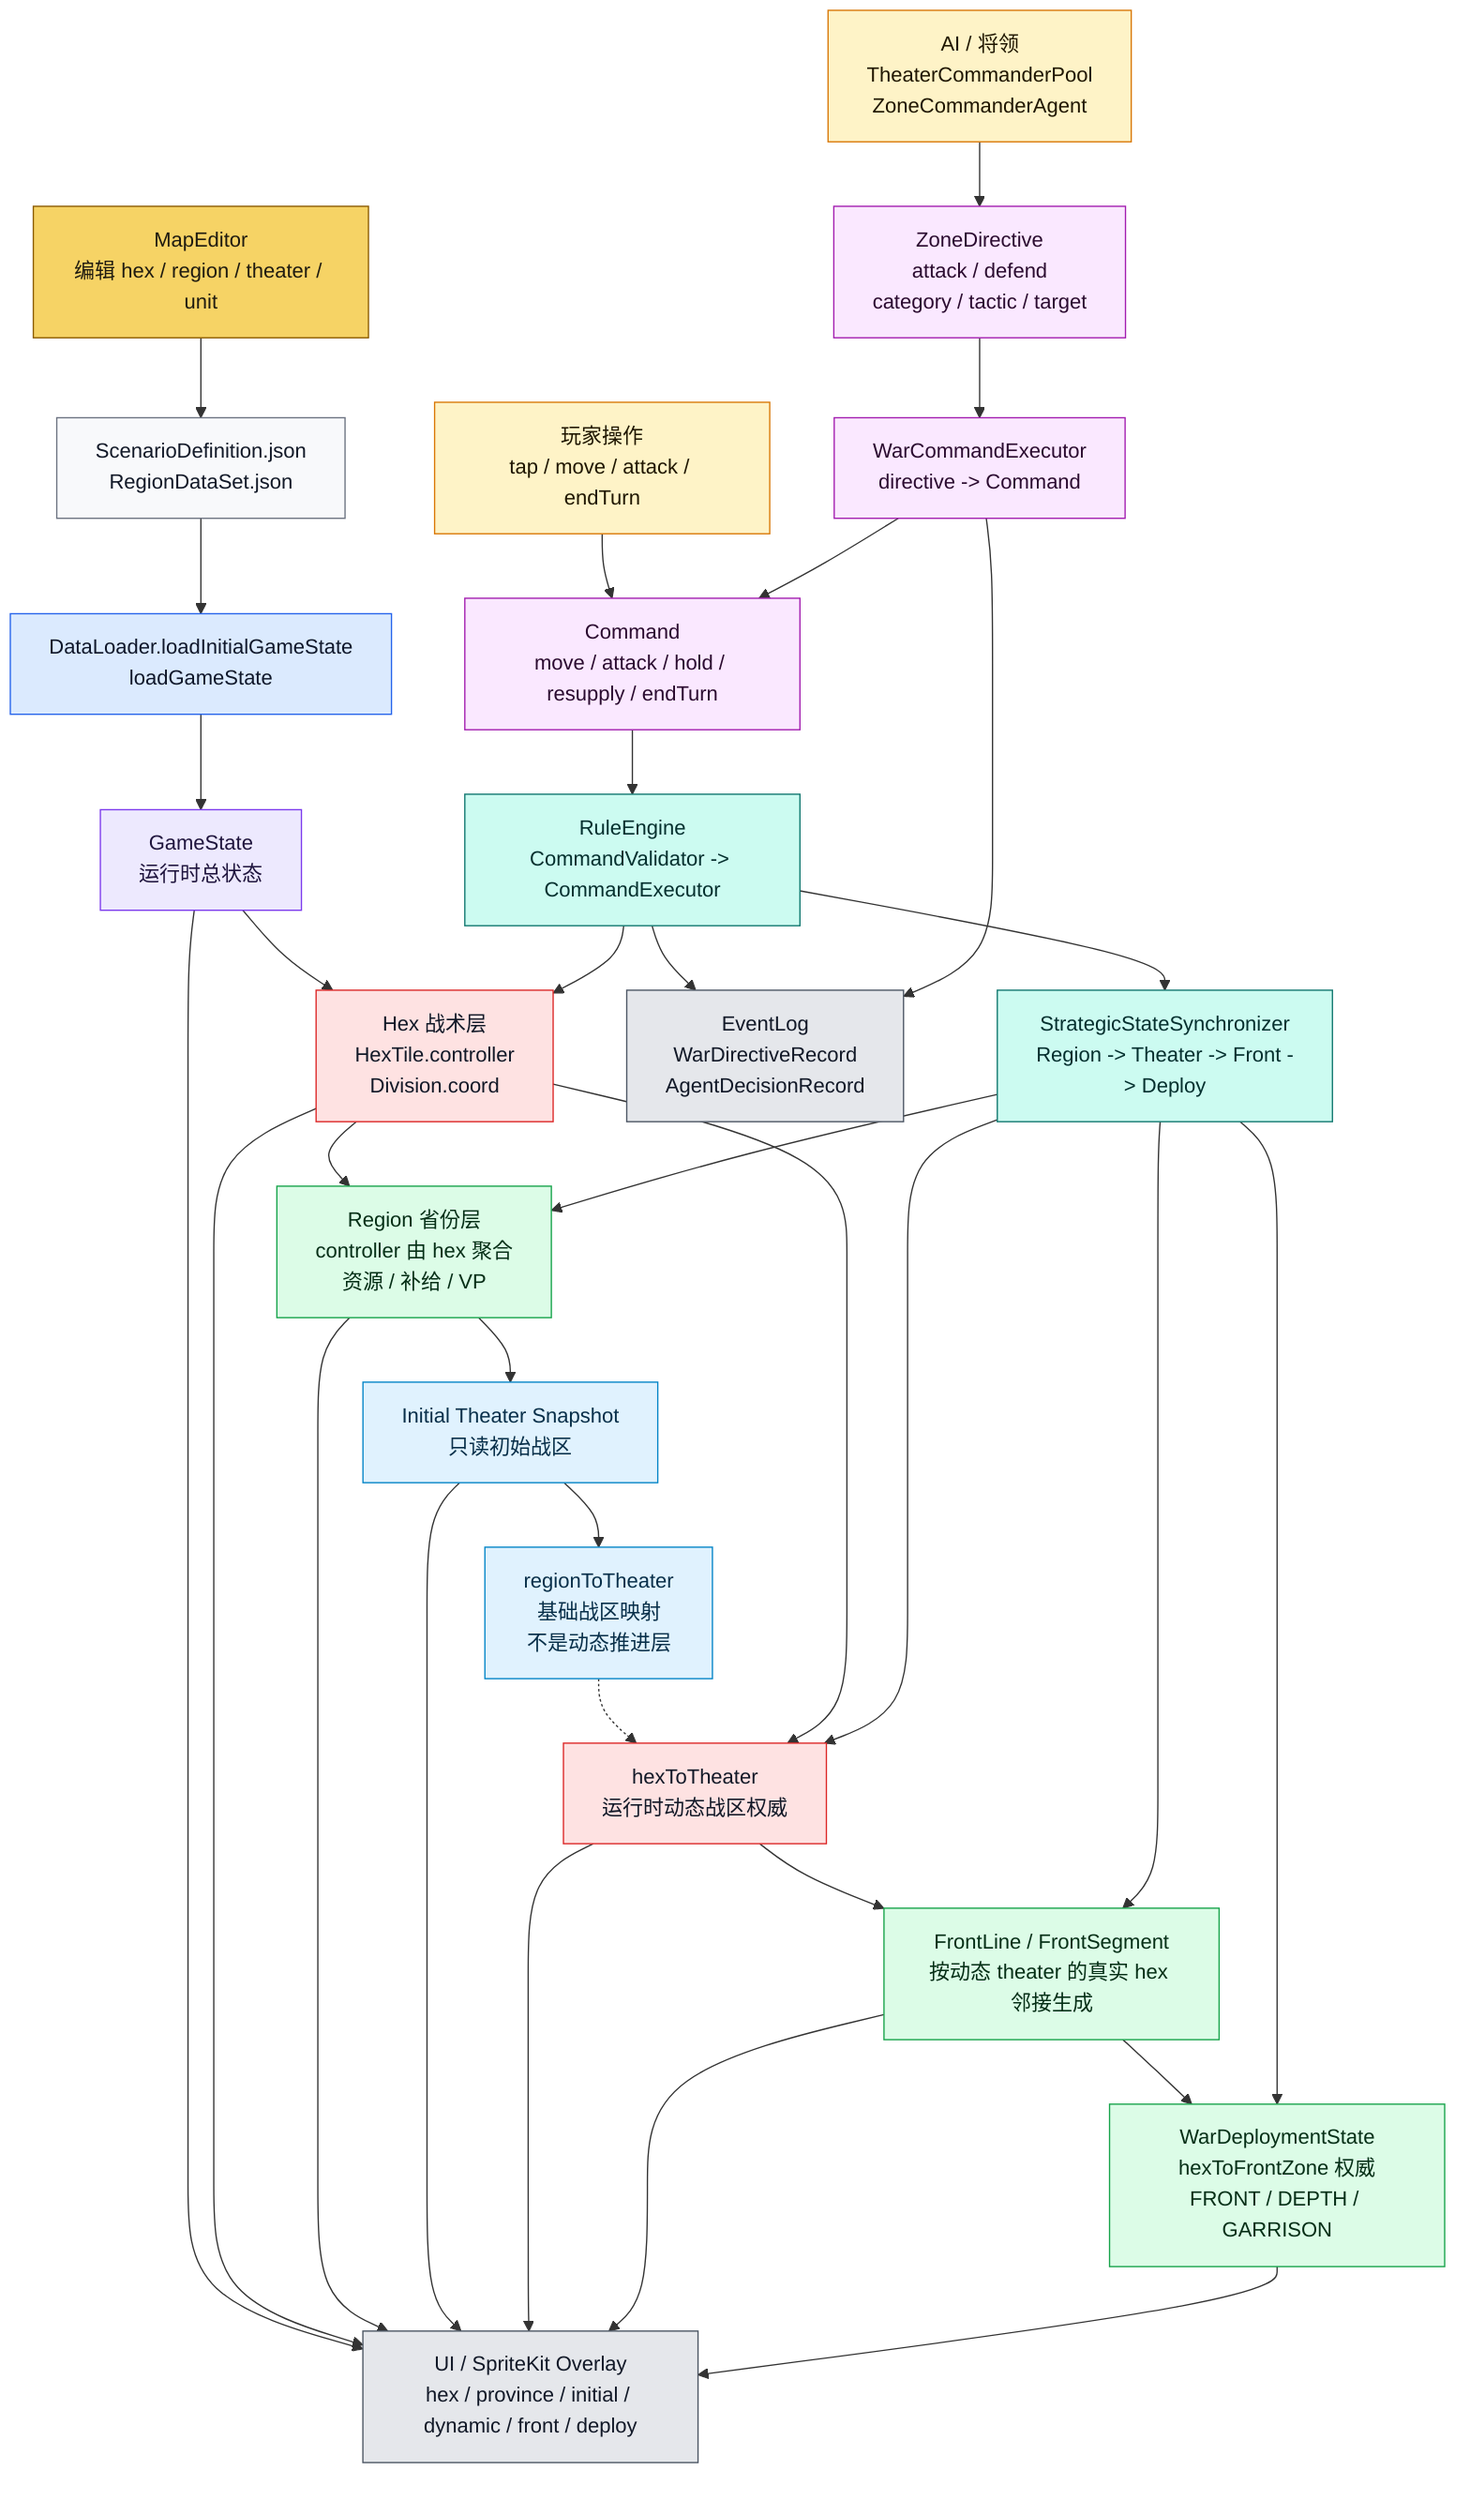
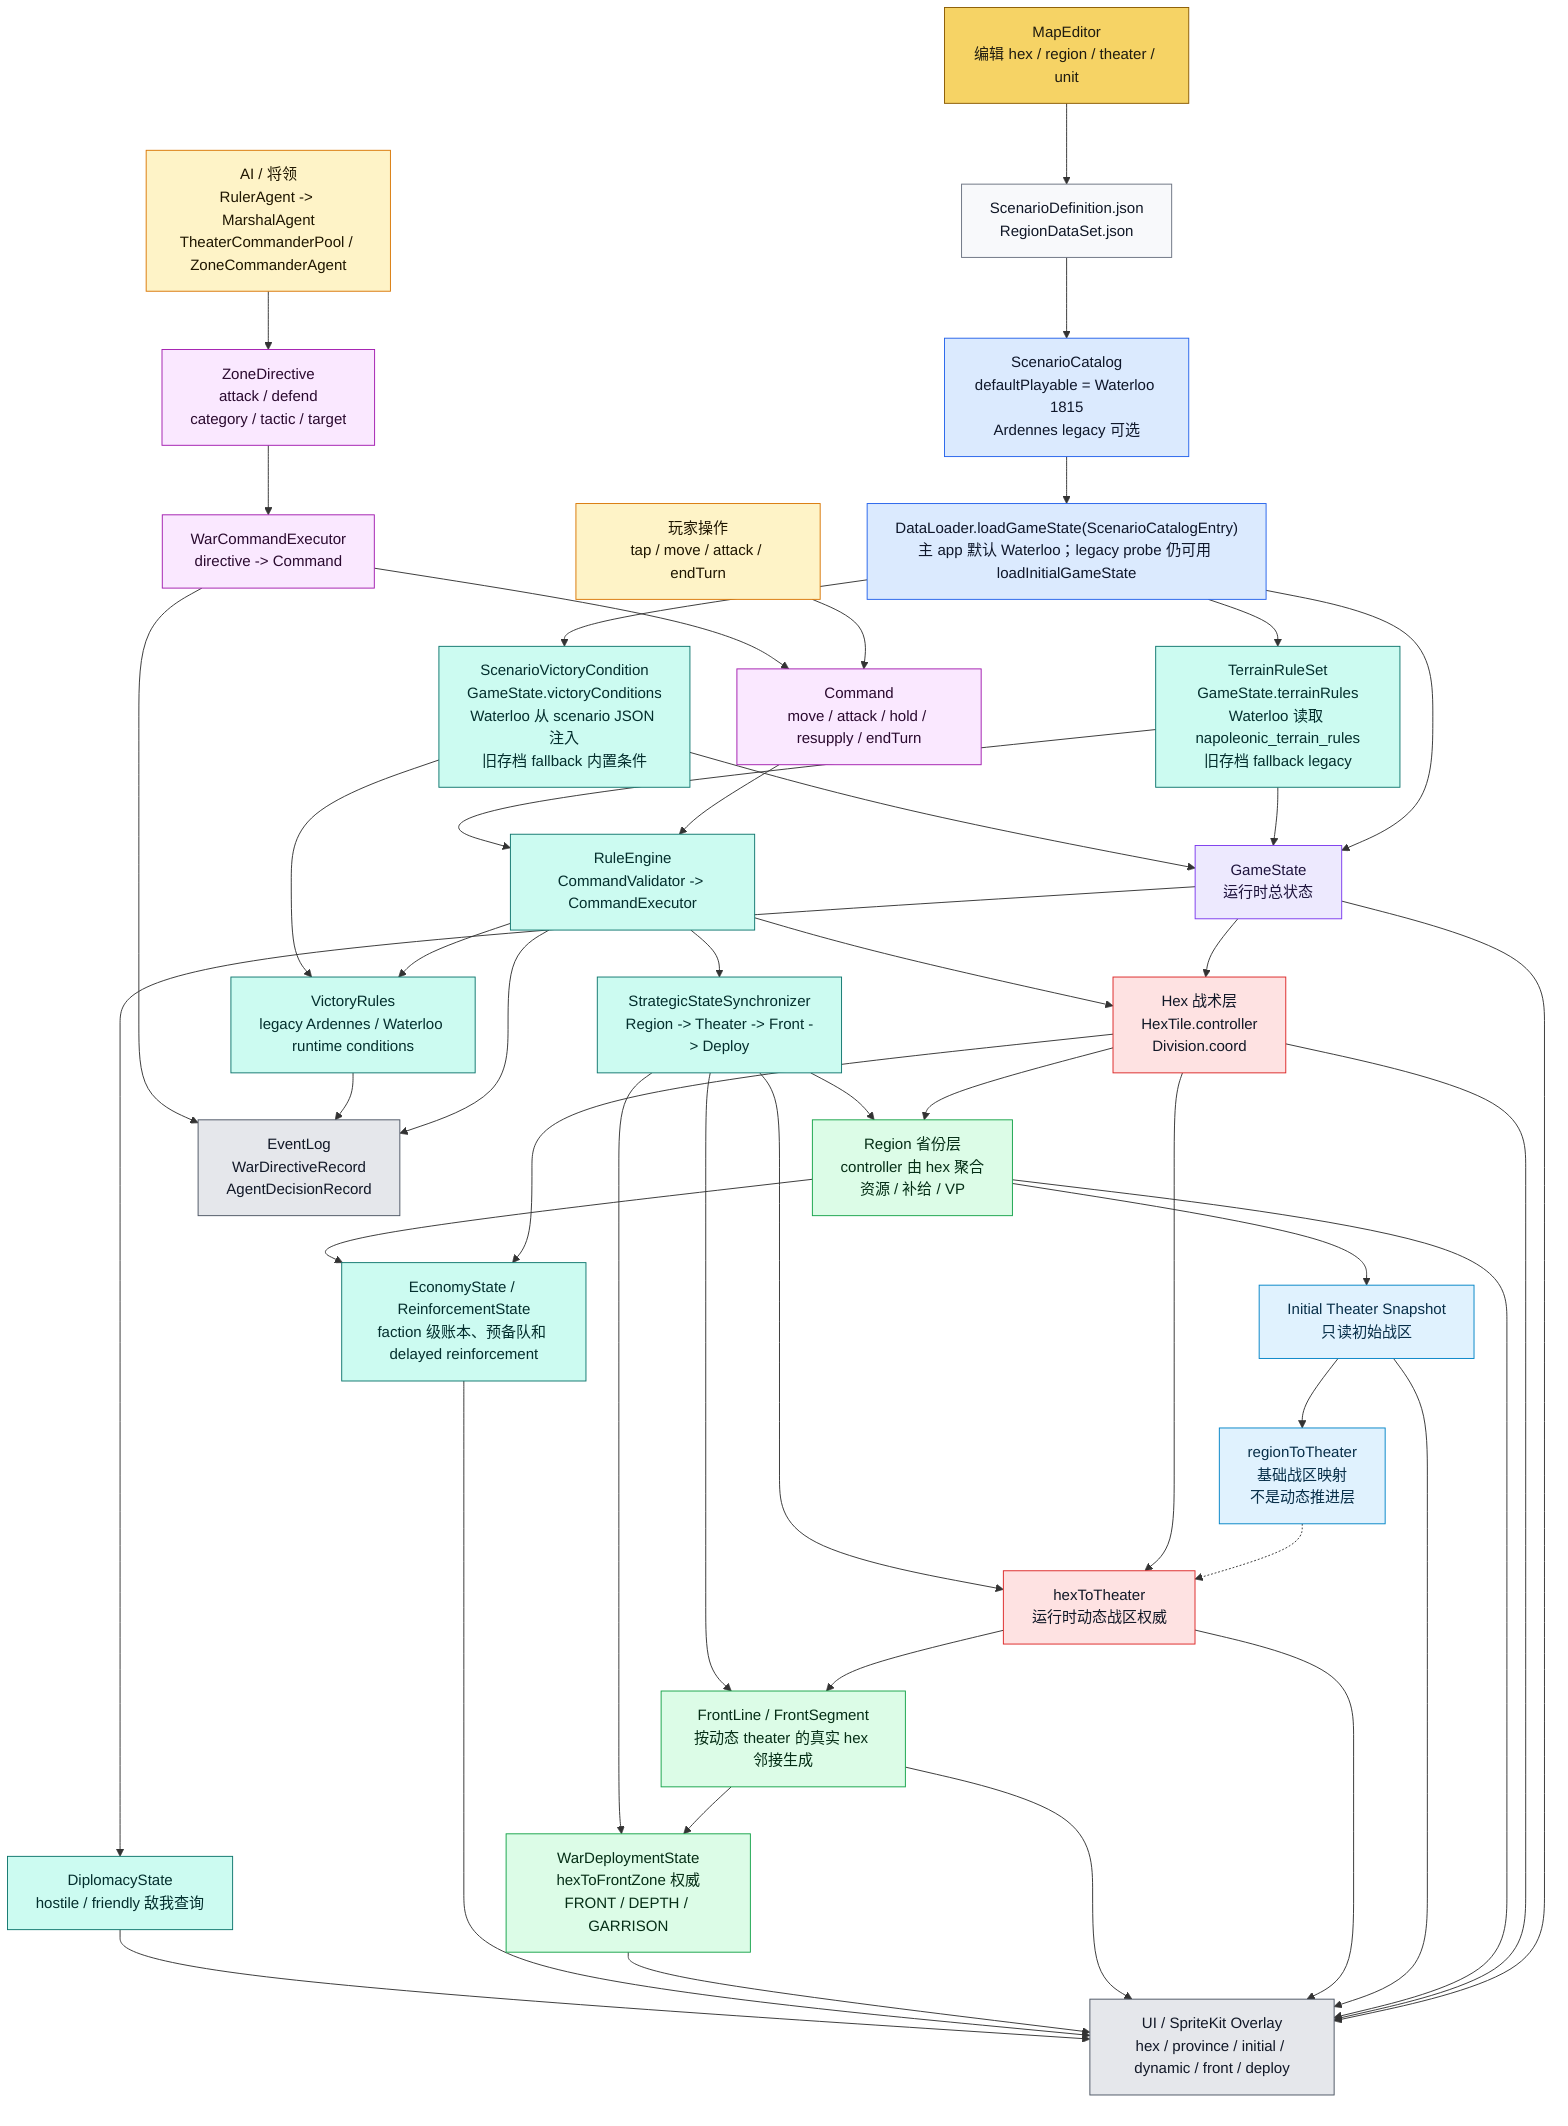
flowchart TD
    ME["MapEditor<br/>编辑 hex / region / theater / unit"]:::editor
    JSON["ScenarioDefinition.json<br/>RegionDataSet.json"]:::data
-     DL["DataLoader.loadInitialGameState<br/>loadGameState"]:::loader
+     SCAT["ScenarioCatalog<br/>defaultPlayable = Waterloo 1815<br/>Ardennes legacy 可选"]:::loader
+     DL["DataLoader.loadGameState(ScenarioCatalogEntry)<br/>主 app 默认 Waterloo；legacy probe 仍可用 loadInitialGameState"]:::loader
    GS["GameState<br/>运行时总状态"]:::state
+     TERR["TerrainRuleSet<br/>GameState.terrainRules<br/>Waterloo 读取 napoleonic_terrain_rules<br/>旧存档 fallback legacy"]:::rules
+     VCOND["ScenarioVictoryCondition<br/>GameState.victoryConditions<br/>Waterloo 从 scenario JSON 注入<br/>旧存档 fallback 内置条件"]:::rules

    HEX["Hex 战术层<br/>HexTile.controller<br/>Division.coord"]:::authority
    REGION["Region 省份层<br/>controller 由 hex 聚合<br/>资源 / 补给 / VP"]:::derived
    INIT["Initial Theater Snapshot<br/>只读初始战区"]:::snapshot
    R2T["regionToTheater<br/>基础战区映射<br/>不是动态推进层"]:::snapshot
    H2T["hexToTheater<br/>运行时动态战区权威"]:::authority
    FRONT["FrontLine / FrontSegment<br/>按动态 theater 的真实 hex 邻接生成"]:::derived
    DEPLOY["WarDeploymentState<br/>hexToFrontZone 权威<br/>FRONT / DEPTH / GARRISON"]:::derived
+     ECO["EconomyState / ReinforcementState<br/>faction 级账本、预备队和 delayed reinforcement"]:::rules
+     DIP["DiplomacyState<br/>hostile / friendly 敌我查询"]:::rules

    PLAYER["玩家操作<br/>tap / move / attack / endTurn"]:::input
-     AI["AI / 将领<br/>TheaterCommanderPool<br/>ZoneCommanderAgent"]:::input
+     AI["AI / 将领<br/>RulerAgent -> MarshalAgent<br/>TheaterCommanderPool / ZoneCommanderAgent"]:::input
    ZD["ZoneDirective<br/>attack / defend<br/>category / tactic / target"]:::command
    WCE["WarCommandExecutor<br/>directive -> Command"]:::command
    CMD["Command<br/>move / attack / hold / resupply / endTurn"]:::command
    RE["RuleEngine<br/>CommandValidator -> CommandExecutor"]:::rules
    SYNC["StrategicStateSynchronizer<br/>Region -> Theater -> Front -> Deploy"]:::rules
+     VICTORY["VictoryRules<br/>legacy Ardennes / Waterloo runtime conditions"]:::rules

    UI["UI / SpriteKit Overlay<br/>hex / province / initial / dynamic / front / deploy"]:::ui
    LOG["EventLog<br/>WarDirectiveRecord<br/>AgentDecisionRecord"]:::ui

-     ME --> JSON --> DL --> GS
+     ME --> JSON --> SCAT --> DL --> GS
+     DL --> TERR --> GS
+     DL --> VCOND --> GS
    GS --> HEX
    HEX --> REGION
+     HEX --> ECO
    REGION --> INIT
+     REGION --> ECO
    INIT --> R2T
    R2T -.-> H2T
    HEX --> H2T
    H2T --> FRONT --> DEPLOY
+     GS --> DIP

    PLAYER --> CMD
    AI --> ZD --> WCE --> CMD
    CMD --> RE --> HEX
+     TERR --> RE
    RE --> SYNC
+     RE --> VICTORY
+     VCOND --> VICTORY
    SYNC --> REGION
    SYNC --> H2T
    SYNC --> FRONT
    SYNC --> DEPLOY

    GS --> UI
    HEX --> UI
    REGION --> UI
    INIT --> UI
    H2T --> UI
    FRONT --> UI
    DEPLOY --> UI
+     ECO --> UI
+     DIP --> UI
    RE --> LOG
+     VICTORY --> LOG
    WCE --> LOG

    classDef editor fill:#f6d365,stroke:#8a5a00,color:#1f1b10
    classDef data fill:#f8f9fb,stroke:#6b7280,color:#111827
    classDef loader fill:#dbeafe,stroke:#2563eb,color:#0f172a
    classDef state fill:#ede9fe,stroke:#7c3aed,color:#1f143d
    classDef authority fill:#fee2e2,stroke:#dc2626,color:#111827
    classDef derived fill:#dcfce7,stroke:#16a34a,color:#052e16
    classDef snapshot fill:#e0f2fe,stroke:#0284c7,color:#082f49
    classDef input fill:#fef3c7,stroke:#d97706,color:#1f1600
    classDef command fill:#fae8ff,stroke:#a21caf,color:#2a0a2f
    classDef rules fill:#ccfbf1,stroke:#0f766e,color:#042f2e
    classDef ui fill:#e5e7eb,stroke:#4b5563,color:#111827
